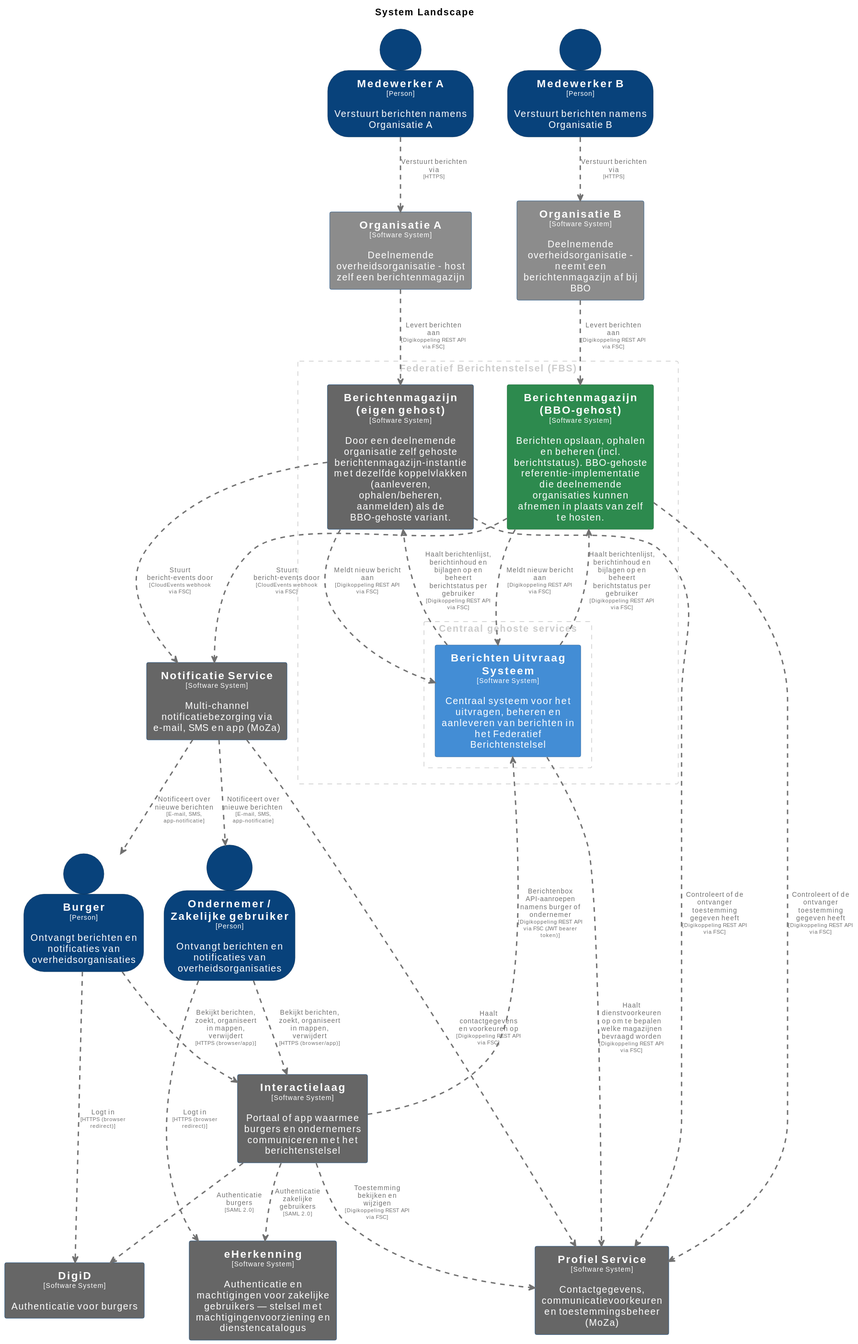
Above: master/svg/SystemLandscape.svg in MinBZK/moza-poc-fbs-berichtenbox (PlantUML), before the change. Its source is kept beside it as master/puml/SystemLandscape.puml.
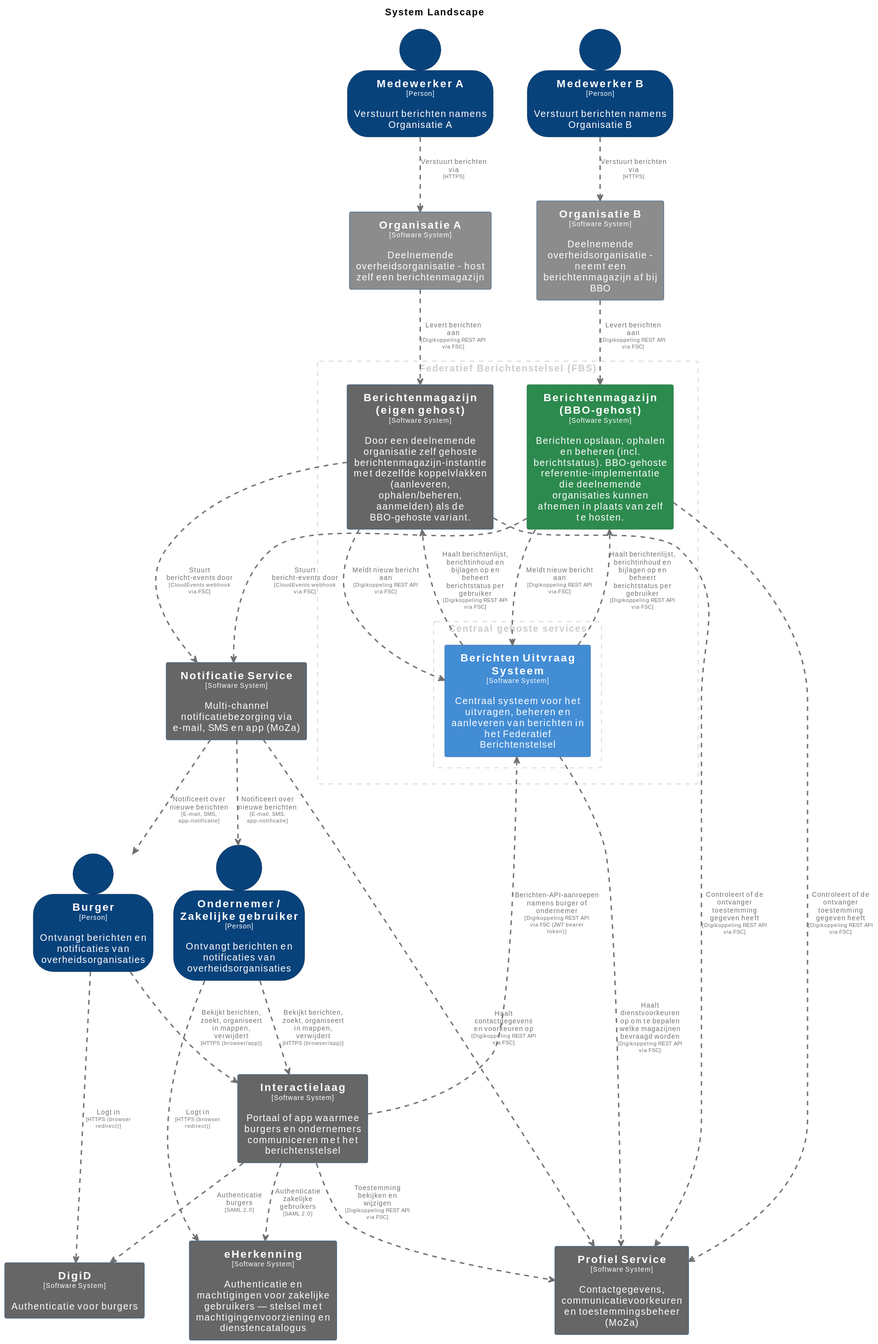
Above is the later version.

What changed in the source:
```diff
@@ -132,7 +132,7 @@
 OndernemerZakelijkegebruiker .[#707070,thickness=2].> eHerkenning : "<color:#707070>Logt in\n<color:#707070><size:8>[HTTPS (browser redirect)]</size>"
 NotificatieService .[#707070,thickness=2].> Burger : "<color:#707070>Notificeert over nieuwe berichten\n<color:#707070><size:8>[E-mail, SMS, app-notificatie]</size>"
 NotificatieService .[#707070,thickness=2].> OndernemerZakelijkegebruiker : "<color:#707070>Notificeert over nieuwe berichten\n<color:#707070><size:8>[E-mail, SMS, app-notificatie]</size>"
-Interactielaag .[#707070,thickness=2].> BerichtenUitvraagSysteem : "<color:#707070>Berichtenbox API-aanroepen namens burger of ondernemer\n<color:#707070><size:8>[Digikoppeling REST API via FSC (JWT bearer token)]</size>"
+Interactielaag .[#707070,thickness=2].> BerichtenUitvraagSysteem : "<color:#707070>Berichten-API-aanroepen namens burger of ondernemer\n<color:#707070><size:8>[Digikoppeling REST API via FSC (JWT bearer token)]</size>"
 Interactielaag .[#707070,thickness=2].> ProfielService : "<color:#707070>Toestemming bekijken en wijzigen\n<color:#707070><size:8>[Digikoppeling REST API via FSC]</size>"
 Interactielaag .[#707070,thickness=2].> DigiD : "<color:#707070>Authenticatie burgers\n<color:#707070><size:8>[SAML 2.0]</size>"
 Interactielaag .[#707070,thickness=2].> eHerkenning : "<color:#707070>Authenticatie zakelijke gebruikers\n<color:#707070><size:8>[SAML 2.0]</size>"
```
